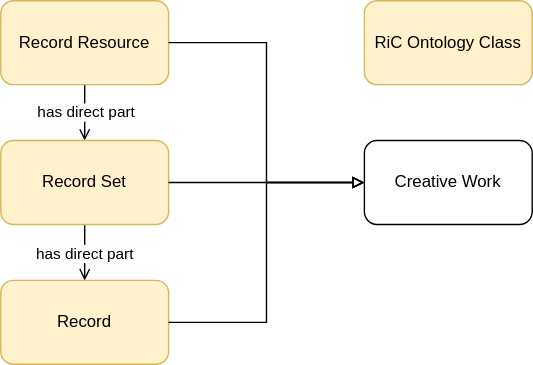
Above: resources/images/rico.svg in idn-au/idn-catalogue-profile (draw.io), before the change. Source tidied: cells renumbered, new cells last; positions are measured from the earlier drawing's top-left corner, leaving out a move shared by most shapes.
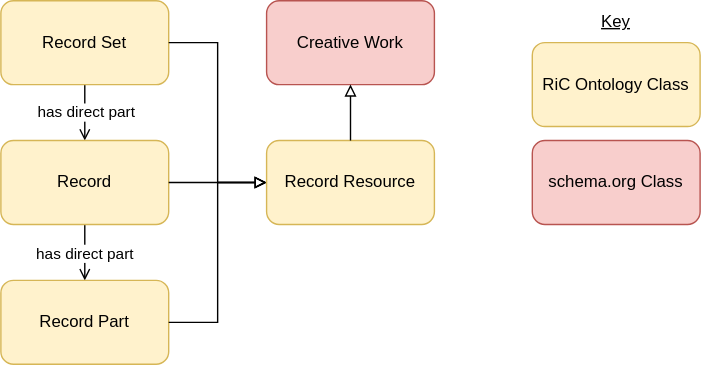
The same file after the commit.

Commit message:
Suzy email fix

Change to the diagram source:
```diff
@@ -8,7 +8,7 @@
     <mxCell id="3" value="has direct part" style="edgeLabel;html=1;align=center;verticalAlign=middle;" parent="2" vertex="1">
       <mxGeometry x="-0.05" relative="1" as="geometry" />
     </mxCell>
-    <mxCell id="4" value="Record Resource" style="rounded=1;whiteSpace=wrap;html=1;fillColor=#fff2cc;strokeColor=#d6b656;" parent="1" vertex="1">
+    <mxCell id="4" value="Record Set" style="rounded=1;whiteSpace=wrap;html=1;fillColor=#fff2cc;strokeColor=#d6b656;" parent="1" vertex="1">
       <mxGeometry width="120" height="60" as="geometry" />
     </mxCell>
     <mxCell id="5" style="edgeStyle=orthogonalEdgeStyle;rounded=0;jettySize=auto;html=1;entryX=0.5;entryY=0;entryDx=0;entryDy=0;endArrow=open;endFill=0;" parent="1" edge="1" source="7" target="8">
@@ -17,26 +17,38 @@
     <mxCell id="6" value="has direct part" style="edgeLabel;html=1;align=center;verticalAlign=middle;" parent="5" vertex="1">
       <mxGeometry y="-1" relative="1" as="geometry" />
     </mxCell>
-    <mxCell id="7" value="Record Set" style="rounded=1;whiteSpace=wrap;html=1;fillColor=#fff2cc;strokeColor=#d6b656;" parent="1" vertex="1">
+    <mxCell id="7" value="Record" style="rounded=1;whiteSpace=wrap;html=1;fillColor=#fff2cc;strokeColor=#d6b656;" parent="1" vertex="1">
       <mxGeometry y="100" width="120" height="60" as="geometry" />
     </mxCell>
-    <mxCell id="8" value="Record" style="rounded=1;whiteSpace=wrap;html=1;fillColor=#fff2cc;strokeColor=#d6b656;" parent="1" vertex="1">
+    <mxCell id="8" value="Record Part" style="rounded=1;whiteSpace=wrap;html=1;fillColor=#fff2cc;strokeColor=#d6b656;" parent="1" vertex="1">
       <mxGeometry y="200" width="120" height="60" as="geometry" />
     </mxCell>
-    <mxCell id="9" value="Creative Work" style="rounded=1;whiteSpace=wrap;html=1;" parent="1" vertex="1">
-      <mxGeometry x="260" y="100" width="120" height="60" as="geometry" />
-    </mxCell>
-    <mxCell id="10" style="edgeStyle=orthogonalEdgeStyle;rounded=0;jettySize=auto;html=1;entryX=0;entryY=0.5;entryDx=0;entryDy=0;endArrow=block;endFill=0;exitX=1;exitY=0.5;exitDx=0;exitDy=0;" parent="1" edge="1" source="4" target="9">
+    <mxCell id="10" style="edgeStyle=orthogonalEdgeStyle;rounded=0;jettySize=auto;html=1;endArrow=block;endFill=0;exitX=1;exitY=0.5;exitDx=0;exitDy=0;entryX=0;entryY=0.5;entryDx=0;entryDy=0;" parent="1" edge="1" source="4" target="14">
       <mxGeometry relative="1" as="geometry" />
     </mxCell>
-    <mxCell id="11" style="edgeStyle=orthogonalEdgeStyle;rounded=0;jettySize=auto;html=1;endArrow=block;endFill=0;exitX=1;exitY=0.5;exitDx=0;exitDy=0;entryX=0;entryY=0.5;entryDx=0;entryDy=0;" parent="1" edge="1" source="7" target="9">
+    <mxCell id="11" style="edgeStyle=orthogonalEdgeStyle;rounded=0;jettySize=auto;html=1;endArrow=block;endFill=0;exitX=1;exitY=0.5;exitDx=0;exitDy=0;" parent="1" edge="1" source="7" target="14">
       <mxGeometry relative="1" as="geometry" />
     </mxCell>
-    <mxCell id="12" style="edgeStyle=orthogonalEdgeStyle;rounded=0;jettySize=auto;html=1;endArrow=block;endFill=0;exitX=1;exitY=0.5;exitDx=0;exitDy=0;entryX=0;entryY=0.5;entryDx=0;entryDy=0;" parent="1" edge="1" source="8" target="9">
+    <mxCell id="12" style="edgeStyle=orthogonalEdgeStyle;rounded=0;jettySize=auto;html=1;endArrow=block;endFill=0;exitX=1;exitY=0.5;exitDx=0;exitDy=0;entryX=0;entryY=0.5;entryDx=0;entryDy=0;" parent="1" edge="1" source="8" target="14">
       <mxGeometry relative="1" as="geometry" />
     </mxCell>
     <mxCell id="13" value="RiC Ontology Class" style="rounded=1;whiteSpace=wrap;html=1;fillColor=#fff2cc;strokeColor=#d6b656;" parent="1" vertex="1">
-      <mxGeometry x="260" width="120" height="60" as="geometry" />
+      <mxGeometry x="380" y="30" width="120" height="60" as="geometry" />
     </mxCell>
+    <mxCell id="14" value="Record Resource" style="rounded=1;whiteSpace=wrap;html=1;fillColor=#fff2cc;strokeColor=#d6b656;" parent="1" vertex="1">
+      <mxGeometry x="190" y="100" width="120" height="60" as="geometry" />
+    </mxCell>
+    <mxCell id="9" value="Creative Work" style="rounded=1;whiteSpace=wrap;html=1;fillColor=#f8cecc;strokeColor=#b85450;" parent="1" vertex="1">
+      <mxGeometry x="190" width="120" height="60" as="geometry" />
+    </mxCell>
+    <mxCell id="15" value="schema.org Class" style="rounded=1;whiteSpace=wrap;html=1;fillColor=#f8cecc;strokeColor=#b85450;" parent="1" vertex="1">
+      <mxGeometry x="380" y="100" width="120" height="60" as="geometry" />
+    </mxCell>
+    <mxCell id="16" style="edgeStyle=orthogonalEdgeStyle;rounded=0;jettySize=auto;html=1;endArrow=block;endFill=0;entryX=0.5;entryY=1;entryDx=0;entryDy=0;" parent="1" edge="1" source="14" target="9">
+      <mxGeometry relative="1" as="geometry" />
+    </mxCell>
+    <mxCell id="17" value="&lt;u&gt;Key&lt;/u&gt;" style="text;html=1;whiteSpace=wrap;strokeColor=none;fillColor=none;align=center;verticalAlign=middle;rounded=0;" parent="1" vertex="1">
+      <mxGeometry x="410" width="60" height="30" as="geometry" />
+    </mxCell>
   </root>
 </mxGraphModel>
```
